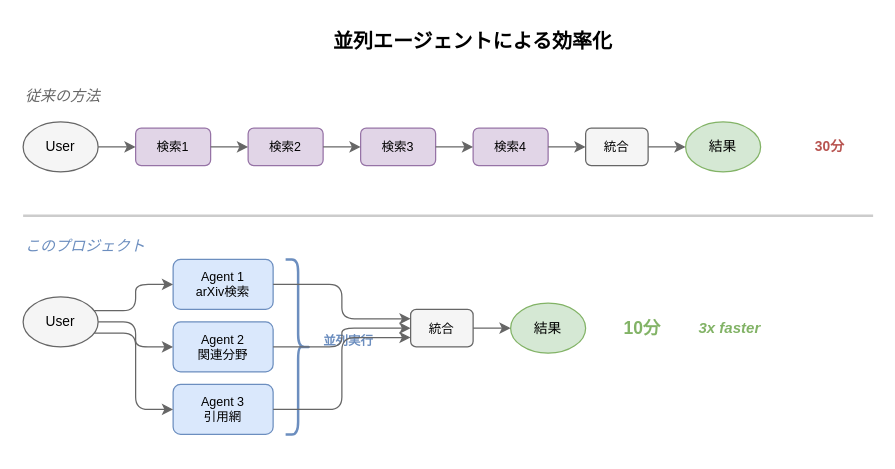
The draw.io diagram docs/images/parallel-agents.drawio in nakano1122/research-with-AI-on-your-shoulder, before the edit. Source tidied: cells renumbered, new cells numbered last; positions are measured from the earlier drawing's top-left corner, leaving out a move shared by most shapes. Both pictures are drawn from the tidied source at 125%, with x=0, y=0 at pixel (22, 21).
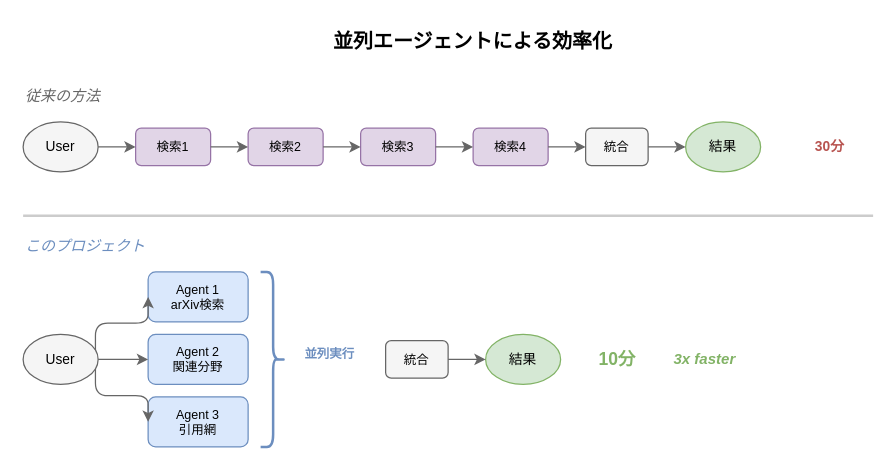
Above is the later version.

Commit message (it also covers changes not shown here):
fix: draw.io図の要素位置と矢印を調整

Diff of the diagram source:
```diff
@@
     <mxCell id="20" value="User" style="ellipse;whiteSpace=wrap;fillColor=#f5f5f5;strokeColor=#666666;fontSize=11;" parent="1" vertex="1">
-      <mxGeometry y="220" width="60" height="40" as="geometry" />
+      <mxGeometry y="250" width="60" height="40" as="geometry" />
     </mxCell>
     <mxCell id="21" value="Agent 1&#10;arXiv検索" style="rounded=1;whiteSpace=wrap;fillColor=#dae8fc;strokeColor=#6c8ebf;fontSize=10;" parent="1" vertex="1">
-      <mxGeometry x="120" y="190" width="80" height="40" as="geometry" />
+      <mxGeometry x="100" y="200" width="80" height="40" as="geometry" />
     </mxCell>
     <mxCell id="22" value="Agent 2&#10;関連分野" style="rounded=1;whiteSpace=wrap;fillColor=#dae8fc;strokeColor=#6c8ebf;fontSize=10;" parent="1" vertex="1">
-      <mxGeometry x="120" y="240" width="80" height="40" as="geometry" />
+      <mxGeometry x="100" y="250" width="80" height="40" as="geometry" />
     </mxCell>
     <mxCell id="23" value="Agent 3&#10;引用網" style="rounded=1;whiteSpace=wrap;fillColor=#dae8fc;strokeColor=#6c8ebf;fontSize=10;" parent="1" vertex="1">
-      <mxGeometry x="120" y="290" width="80" height="40" as="geometry" />
+      <mxGeometry x="100" y="300" width="80" height="40" as="geometry" />
     </mxCell>
     <mxCell id="24" style="shape=curlyBracket;whiteSpace=wrap;rounded=1;strokeColor=#6c8ebf;strokeWidth=2;flipH=1;size=0.5;" parent="1" vertex="1">
-      <mxGeometry x="210" y="190" width="20" height="140" as="geometry" />
+      <mxGeometry x="190" y="200" width="20" height="140" as="geometry" />
     </mxCell>
     <mxCell id="25" value="並列実行" style="text;html=1;strokeColor=none;fillColor=none;align=center;verticalAlign=middle;fontSize=10;fontColor=#6c8ebf;fontStyle=1;" parent="1" vertex="1">
-      <mxGeometry x="230" y="245" width="60" height="20" as="geometry" />
+      <mxGeometry x="215" y="255" width="60" height="20" as="geometry" />
     </mxCell>
     <mxCell id="26" value="統合" style="rounded=1;whiteSpace=wrap;fillColor=#f5f5f5;strokeColor=#666666;fontSize=10;" parent="1" vertex="1">
-      <mxGeometry x="310" y="230" width="50" height="30" as="geometry" />
+      <mxGeometry x="290" y="255" width="50" height="30" as="geometry" />
     </mxCell>
     <mxCell id="27" value="結果" style="ellipse;whiteSpace=wrap;fillColor=#d5e8d4;strokeColor=#82b366;fontSize=11;" parent="1" vertex="1">
-      <mxGeometry x="390" y="225" width="60" height="40" as="geometry" />
+      <mxGeometry x="370" y="250" width="60" height="40" as="geometry" />
     </mxCell>
     <mxCell id="28" value="10分" style="text;html=1;strokeColor=none;fillColor=none;align=center;verticalAlign=middle;fontSize=14;fontColor=#82b366;fontStyle=1;" parent="1" vertex="1">
-      <mxGeometry x="470" y="230" width="50" height="30" as="geometry" />
+      <mxGeometry x="450" y="255" width="50" height="30" as="geometry" />
     </mxCell>
     <mxCell id="29" value="3x faster" style="text;html=1;strokeColor=none;fillColor=none;align=center;verticalAlign=middle;fontSize=12;fontColor=#82b366;fontStyle=3;" parent="1" vertex="1">
-      <mxGeometry x="530" y="230" width="70" height="30" as="geometry" />
+      <mxGeometry x="510" y="255" width="70" height="30" as="geometry" />
     </mxCell>
-    <mxCell id="30" style="edgeStyle=orthogonalEdgeStyle;strokeColor=#666666;exitX=1;exitY=0.25;entryX=0;entryY=0.5;" parent="1" edge="1" source="20" target="21">
+    <mxCell id="30" style="edgeStyle=elbowEdgeStyle;elbow=vertical;strokeColor=#666666;exitX=1;exitY=0.3;entryX=0;entryY=0.5;" parent="1" edge="1" source="20" target="21">
       <mxGeometry relative="1" as="geometry" />
     </mxCell>
-    <mxCell id="31" style="edgeStyle=orthogonalEdgeStyle;strokeColor=#666666;exitX=1;exitY=0.5;entryX=0;entryY=0.5;" parent="1" edge="1" source="20" target="22">
+    <mxCell id="31" style="edgeStyle=elbowEdgeStyle;elbow=vertical;strokeColor=#666666;exitX=1;exitY=0.5;entryX=0;entryY=0.5;" parent="1" edge="1" source="20" target="22">
       <mxGeometry relative="1" as="geometry" />
     </mxCell>
-    <mxCell id="32" style="edgeStyle=orthogonalEdgeStyle;strokeColor=#666666;exitX=1;exitY=0.75;entryX=0;entryY=0.5;" parent="1" edge="1" source="20" target="23">
+    <mxCell id="32" style="edgeStyle=elbowEdgeStyle;elbow=vertical;strokeColor=#666666;exitX=1;exitY=0.7;entryX=0;entryY=0.5;" parent="1" edge="1" source="20" target="23">
       <mxGeometry relative="1" as="geometry" />
     </mxCell>
-    <mxCell id="33" style="edgeStyle=orthogonalEdgeStyle;strokeColor=#666666;exitX=1;exitY=0.5;entryX=0;entryY=0.25;" parent="1" edge="1" source="21" target="26">
-      <mxGeometry relative="1" as="geometry" />
-    </mxCell>
-    <mxCell id="34" style="edgeStyle=orthogonalEdgeStyle;strokeColor=#666666;exitX=1;exitY=0.5;entryX=0;entryY=0.5;" parent="1" edge="1" source="22" target="26">
-      <mxGeometry relative="1" as="geometry" />
-    </mxCell>
-    <mxCell id="35" style="edgeStyle=orthogonalEdgeStyle;strokeColor=#666666;exitX=1;exitY=0.5;entryX=0;entryY=0.75;" parent="1" edge="1" source="23" target="26">
-      <mxGeometry relative="1" as="geometry" />
-    </mxCell>
```
